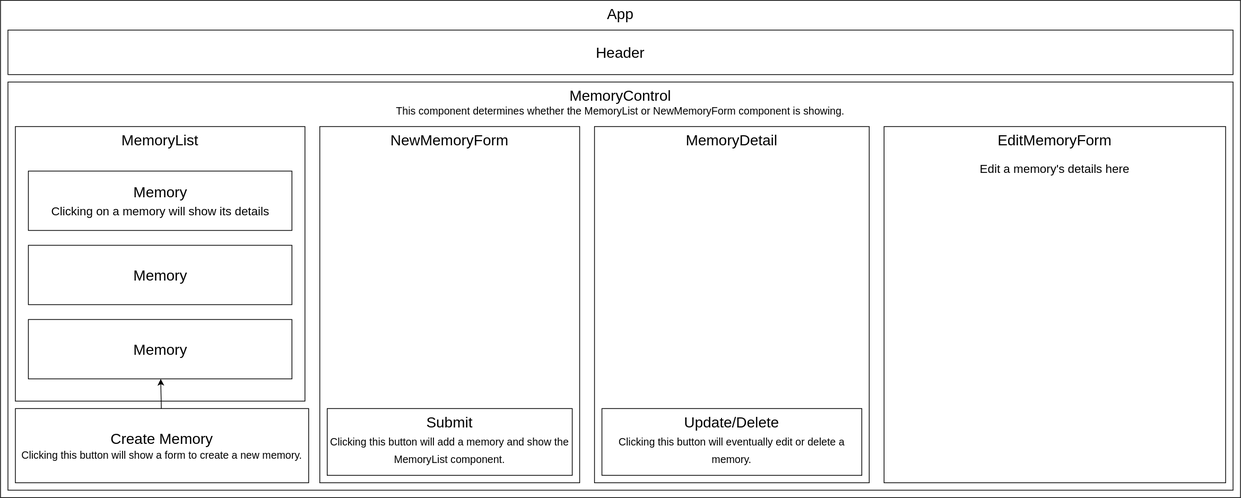
Earlier version of the draw.io export memory-lane-diagram.drawio.svg (besure94/memory-lane). Source tidied: cells renumbered, new cells last; positions are measured from the earlier drawing's top-left corner, leaving out a move shared by most shapes.
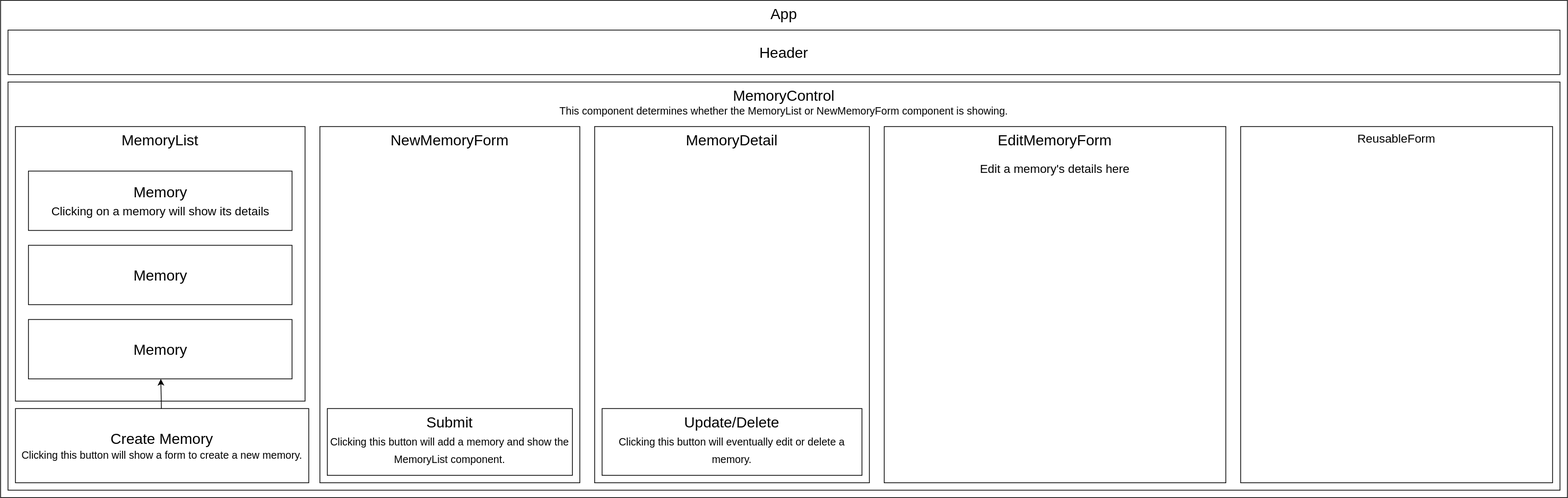
Above is the later version.

Commit message:
Update diagram to include all new components.

Diff of the diagram source:
```diff
@@ -3,13 +3,13 @@
     <mxCell id="0" />
     <mxCell id="1" parent="0" />
     <mxCell id="2" value="&lt;font style=&quot;font-size: 20px;&quot;&gt;App&lt;/font&gt;" style="rounded=0;whiteSpace=wrap;html=1;verticalAlign=top;" parent="1" vertex="1">
-      <mxGeometry width="1670" height="670" as="geometry" />
+      <mxGeometry width="2110" height="670" as="geometry" />
     </mxCell>
     <mxCell id="3" value="&lt;font style=&quot;font-size: 20px;&quot;&gt;MemoryControl&lt;br&gt;&lt;/font&gt;&lt;font style=&quot;font-size: 14px;&quot;&gt;This component determines whether the MemoryList or NewMemoryForm component is showing.&lt;/font&gt;" style="rounded=0;whiteSpace=wrap;html=1;fontSize=14;verticalAlign=top;" parent="1" vertex="1">
-      <mxGeometry x="10" y="110" width="1650" height="550" as="geometry" />
+      <mxGeometry x="10" y="110" width="2090" height="550" as="geometry" />
     </mxCell>
     <mxCell id="4" value="Header" style="rounded=0;whiteSpace=wrap;html=1;fontSize=20;" parent="1" vertex="1">
-      <mxGeometry x="10" y="40" width="1650" height="60" as="geometry" />
+      <mxGeometry x="10" y="40" width="2090" height="60" as="geometry" />
     </mxCell>
     <mxCell id="5" value="MemoryList" style="rounded=0;whiteSpace=wrap;html=1;fontSize=20;verticalAlign=top;" parent="1" vertex="1">
       <mxGeometry x="20" y="170" width="390" height="370" as="geometry" />
@@ -44,5 +44,8 @@
     <mxCell id="15" value="&lt;font style=&quot;&quot;&gt;&lt;span style=&quot;font-size: 20px;&quot;&gt;EditMemoryForm&lt;/span&gt;&lt;br&gt;&lt;br&gt;&lt;font style=&quot;font-size: 16px;&quot;&gt;Edit a memory's details here&lt;/font&gt;&lt;br&gt;&lt;/font&gt;" style="rounded=0;whiteSpace=wrap;html=1;fontSize=14;verticalAlign=top;" parent="1" vertex="1">
       <mxGeometry x="1190" y="170" width="460" height="480" as="geometry" />
     </mxCell>
+    <mxCell id="16" value="ReusableForm" style="rounded=0;whiteSpace=wrap;html=1;fontSize=16;verticalAlign=top;" parent="1" vertex="1">
+      <mxGeometry x="1670" y="170" width="420" height="480" as="geometry" />
+    </mxCell>
   </root>
 </mxGraphModel>
```
